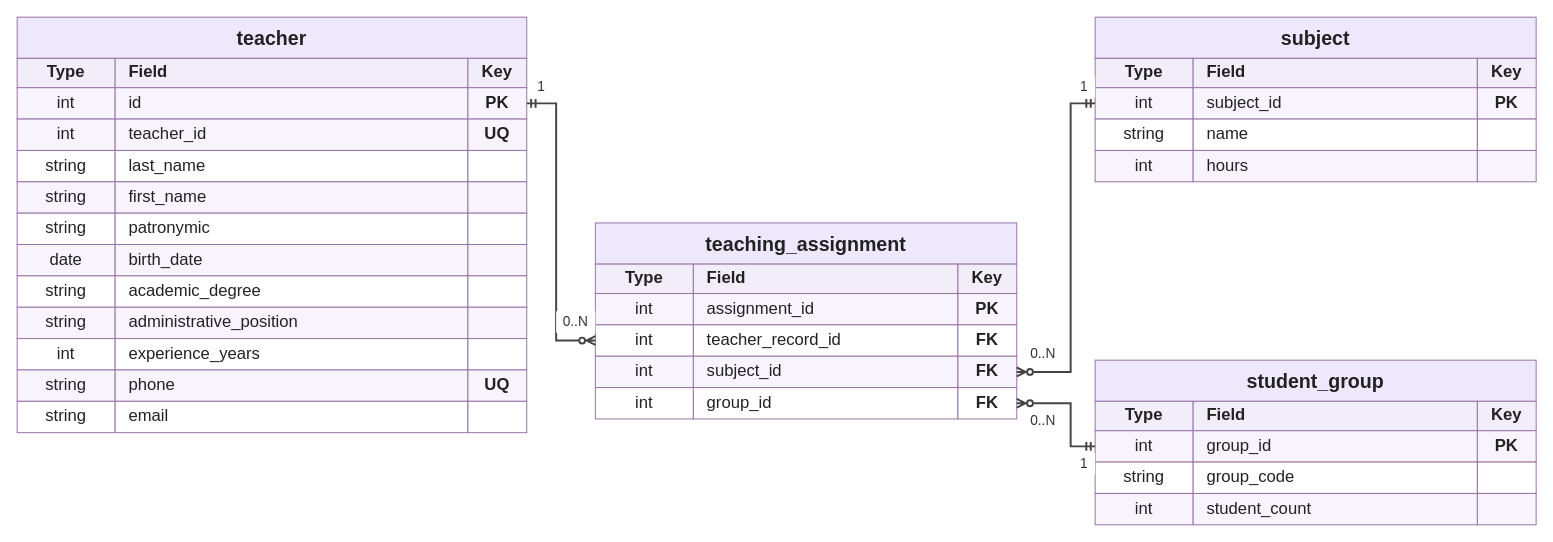
Before: UchebnayaNagruzkaER.drawio in dkryl0ff/PIS2026, a draw.io diagram. Source tidied: cells renumbered, new cells numbered last; positions are measured from the earlier drawing's top-left corner, leaving out a move shared by most shapes. Both pictures are drawn from the tidied source at 98%, with x=0, y=0 at pixel (17, 17).
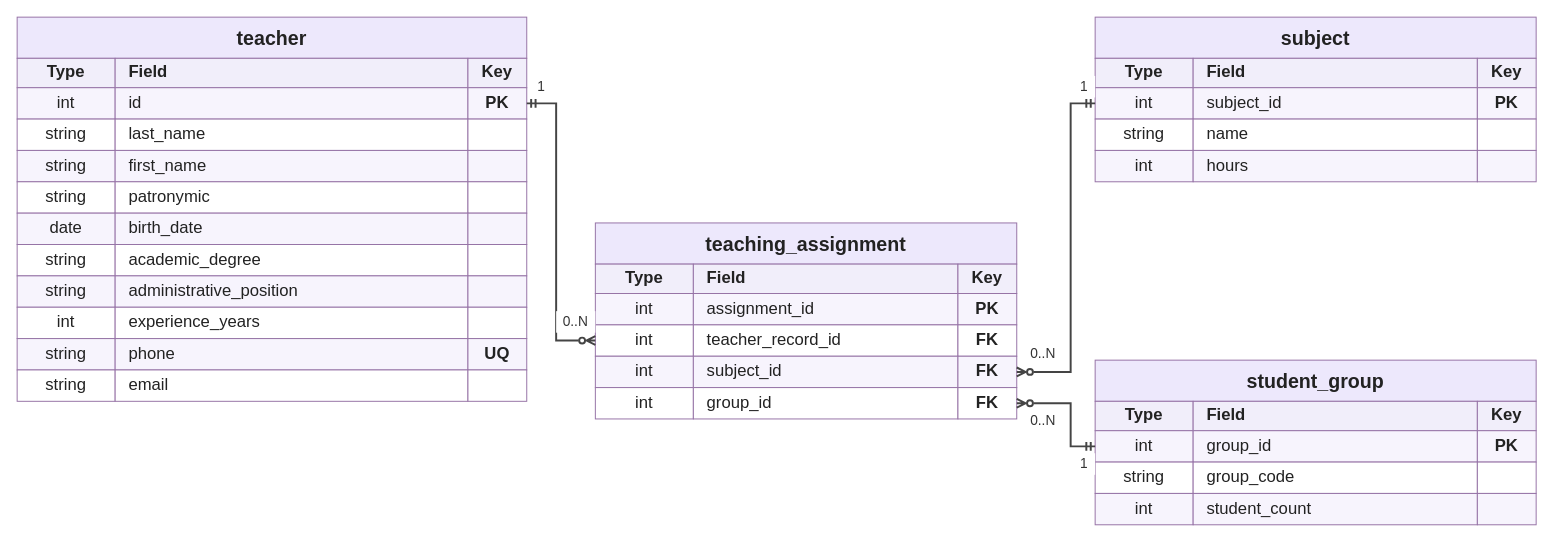
After the change.

Diff of the diagram source:
```diff
@@
     <mxCell id="2" style="group;" parent="1" vertex="1">
-      <mxGeometry width="520" height="424" as="geometry" />
+      <mxGeometry width="520" height="392" as="geometry" />
     </mxCell>
@@
-    <mxCell id="10" value="int" style="rounded=0;whiteSpace=wrap;html=0;strokeColor=#9673A6;fontColor=#222222;fontFamily=Arial;fontSize=17;fillColor=#F7F4FD;align=center;" parent="2" vertex="1">
-      <mxGeometry y="104" width="100" height="32" as="geometry" />
-    </mxCell>
-    <mxCell id="11" value="teacher_id" style="rounded=0;whiteSpace=wrap;html=0;strokeColor=#9673A6;fontColor=#222222;fontFamily=Arial;fontSize=17;fillColor=#F7F4FD;align=left;spacingLeft=12;" parent="2" vertex="1">
-      <mxGeometry x="100" y="104" width="360" height="32" as="geometry" />
-    </mxCell>
-    <mxCell id="12" value="UQ" style="rounded=0;whiteSpace=wrap;html=0;strokeColor=#9673A6;fontColor=#222222;fontFamily=Arial;fontSize=17;fillColor=#F7F4FD;align=center;fontStyle=1;" parent="2" vertex="1">
-      <mxGeometry x="460" y="104" width="60" height="32" as="geometry" />
-    </mxCell>
     <mxCell id="13" value="string" style="rounded=0;whiteSpace=wrap;html=0;strokeColor=#9673A6;fontColor=#222222;fontFamily=Arial;fontSize=17;fillColor=#FFFFFF;align=center;" parent="2" vertex="1">
-      <mxGeometry y="136" width="100" height="32" as="geometry" />
+      <mxGeometry y="104" width="100" height="32" as="geometry" />
     </mxCell>
     <mxCell id="14" value="last_name" style="rounded=0;whiteSpace=wrap;html=0;strokeColor=#9673A6;fontColor=#222222;fontFamily=Arial;fontSize=17;fillColor=#FFFFFF;align=left;spacingLeft=12;" parent="2" vertex="1">
-      <mxGeometry x="100" y="136" width="360" height="32" as="geometry" />
+      <mxGeometry x="100" y="104" width="360" height="32" as="geometry" />
     </mxCell>
     <mxCell id="15" style="rounded=0;whiteSpace=wrap;html=0;strokeColor=#9673A6;fontColor=#222222;fontFamily=Arial;fontSize=17;fillColor=#FFFFFF;align=center;fontStyle=1;" parent="2" vertex="1">
-      <mxGeometry x="460" y="136" width="60" height="32" as="geometry" />
+      <mxGeometry x="460" y="104" width="60" height="32" as="geometry" />
     </mxCell>
     <mxCell id="16" value="string" style="rounded=0;whiteSpace=wrap;html=0;strokeColor=#9673A6;fontColor=#222222;fontFamily=Arial;fontSize=17;fillColor=#F7F4FD;align=center;" parent="2" vertex="1">
-      <mxGeometry y="168" width="100" height="32" as="geometry" />
+      <mxGeometry y="136" width="100" height="32" as="geometry" />
     </mxCell>
     <mxCell id="17" value="first_name" style="rounded=0;whiteSpace=wrap;html=0;strokeColor=#9673A6;fontColor=#222222;fontFamily=Arial;fontSize=17;fillColor=#F7F4FD;align=left;spacingLeft=12;" parent="2" vertex="1">
-      <mxGeometry x="100" y="168" width="360" height="32" as="geometry" />
+      <mxGeometry x="100" y="136" width="360" height="32" as="geometry" />
     </mxCell>
     <mxCell id="18" style="rounded=0;whiteSpace=wrap;html=0;strokeColor=#9673A6;fontColor=#222222;fontFamily=Arial;fontSize=17;fillColor=#F7F4FD;align=center;fontStyle=1;" parent="2" vertex="1">
-      <mxGeometry x="460" y="168" width="60" height="32" as="geometry" />
+      <mxGeometry x="460" y="136" width="60" height="32" as="geometry" />
     </mxCell>
     <mxCell id="19" value="string" style="rounded=0;whiteSpace=wrap;html=0;strokeColor=#9673A6;fontColor=#222222;fontFamily=Arial;fontSize=17;fillColor=#FFFFFF;align=center;" parent="2" vertex="1">
-      <mxGeometry y="200" width="100" height="32" as="geometry" />
+      <mxGeometry y="168" width="100" height="32" as="geometry" />
     </mxCell>
     <mxCell id="20" value="patronymic" style="rounded=0;whiteSpace=wrap;html=0;strokeColor=#9673A6;fontColor=#222222;fontFamily=Arial;fontSize=17;fillColor=#FFFFFF;align=left;spacingLeft=12;" parent="2" vertex="1">
-      <mxGeometry x="100" y="200" width="360" height="32" as="geometry" />
+      <mxGeometry x="100" y="168" width="360" height="32" as="geometry" />
     </mxCell>
     <mxCell id="21" style="rounded=0;whiteSpace=wrap;html=0;strokeColor=#9673A6;fontColor=#222222;fontFamily=Arial;fontSize=17;fillColor=#FFFFFF;align=center;fontStyle=1;" parent="2" vertex="1">
-      <mxGeometry x="460" y="200" width="60" height="32" as="geometry" />
+      <mxGeometry x="460" y="168" width="60" height="32" as="geometry" />
     </mxCell>
     <mxCell id="22" value="date" style="rounded=0;whiteSpace=wrap;html=0;strokeColor=#9673A6;fontColor=#222222;fontFamily=Arial;fontSize=17;fillColor=#F7F4FD;align=center;" parent="2" vertex="1">
-      <mxGeometry y="232" width="100" height="32" as="geometry" />
+      <mxGeometry y="200" width="100" height="32" as="geometry" />
     </mxCell>
     <mxCell id="23" value="birth_date" style="rounded=0;whiteSpace=wrap;html=0;strokeColor=#9673A6;fontColor=#222222;fontFamily=Arial;fontSize=17;fillColor=#F7F4FD;align=left;spacingLeft=12;" parent="2" vertex="1">
-      <mxGeometry x="100" y="232" width="360" height="32" as="geometry" />
+      <mxGeometry x="100" y="200" width="360" height="32" as="geometry" />
     </mxCell>
     <mxCell id="24" style="rounded=0;whiteSpace=wrap;html=0;strokeColor=#9673A6;fontColor=#222222;fontFamily=Arial;fontSize=17;fillColor=#F7F4FD;align=center;fontStyle=1;" parent="2" vertex="1">
-      <mxGeometry x="460" y="232" width="60" height="32" as="geometry" />
+      <mxGeometry x="460" y="200" width="60" height="32" as="geometry" />
     </mxCell>
     <mxCell id="25" value="string" style="rounded=0;whiteSpace=wrap;html=0;strokeColor=#9673A6;fontColor=#222222;fontFamily=Arial;fontSize=17;fillColor=#FFFFFF;align=center;" parent="2" vertex="1">
-      <mxGeometry y="264" width="100" height="32" as="geometry" />
+      <mxGeometry y="232" width="100" height="32" as="geometry" />
     </mxCell>
     <mxCell id="26" value="academic_degree" style="rounded=0;whiteSpace=wrap;html=0;strokeColor=#9673A6;fontColor=#222222;fontFamily=Arial;fontSize=17;fillColor=#FFFFFF;align=left;spacingLeft=12;" parent="2" vertex="1">
-      <mxGeometry x="100" y="264" width="360" height="32" as="geometry" />
+      <mxGeometry x="100" y="232" width="360" height="32" as="geometry" />
     </mxCell>
     <mxCell id="27" style="rounded=0;whiteSpace=wrap;html=0;strokeColor=#9673A6;fontColor=#222222;fontFamily=Arial;fontSize=17;fillColor=#FFFFFF;align=center;fontStyle=1;" parent="2" vertex="1">
-      <mxGeometry x="460" y="264" width="60" height="32" as="geometry" />
+      <mxGeometry x="460" y="232" width="60" height="32" as="geometry" />
     </mxCell>
     <mxCell id="28" value="string" style="rounded=0;whiteSpace=wrap;html=0;strokeColor=#9673A6;fontColor=#222222;fontFamily=Arial;fontSize=17;fillColor=#F7F4FD;align=center;" parent="2" vertex="1">
-      <mxGeometry y="296" width="100" height="32" as="geometry" />
+      <mxGeometry y="264" width="100" height="32" as="geometry" />
     </mxCell>
     <mxCell id="29" value="administrative_position" style="rounded=0;whiteSpace=wrap;html=0;strokeColor=#9673A6;fontColor=#222222;fontFamily=Arial;fontSize=17;fillColor=#F7F4FD;align=left;spacingLeft=12;" parent="2" vertex="1">
-      <mxGeometry x="100" y="296" width="360" height="32" as="geometry" />
+      <mxGeometry x="100" y="264" width="360" height="32" as="geometry" />
     </mxCell>
     <mxCell id="30" style="rounded=0;whiteSpace=wrap;html=0;strokeColor=#9673A6;fontColor=#222222;fontFamily=Arial;fontSize=17;fillColor=#F7F4FD;align=center;fontStyle=1;" parent="2" vertex="1">
-      <mxGeometry x="460" y="296" width="60" height="32" as="geometry" />
+      <mxGeometry x="460" y="264" width="60" height="32" as="geometry" />
     </mxCell>
     <mxCell id="31" value="int" style="rounded=0;whiteSpace=wrap;html=0;strokeColor=#9673A6;fontColor=#222222;fontFamily=Arial;fontSize=17;fillColor=#FFFFFF;align=center;" parent="2" vertex="1">
-      <mxGeometry y="328" width="100" height="32" as="geometry" />
+      <mxGeometry y="296" width="100" height="32" as="geometry" />
     </mxCell>
     <mxCell id="32" value="experience_years" style="rounded=0;whiteSpace=wrap;html=0;strokeColor=#9673A6;fontColor=#222222;fontFamily=Arial;fontSize=17;fillColor=#FFFFFF;align=left;spacingLeft=12;" parent="2" vertex="1">
-      <mxGeometry x="100" y="328" width="360" height="32" as="geometry" />
+      <mxGeometry x="100" y="296" width="360" height="32" as="geometry" />
     </mxCell>
     <mxCell id="33" style="rounded=0;whiteSpace=wrap;html=0;strokeColor=#9673A6;fontColor=#222222;fontFamily=Arial;fontSize=17;fillColor=#FFFFFF;align=center;fontStyle=1;" parent="2" vertex="1">
-      <mxGeometry x="460" y="328" width="60" height="32" as="geometry" />
+      <mxGeometry x="460" y="296" width="60" height="32" as="geometry" />
     </mxCell>
     <mxCell id="34" value="string" style="rounded=0;whiteSpace=wrap;html=0;strokeColor=#9673A6;fontColor=#222222;fontFamily=Arial;fontSize=17;fillColor=#F7F4FD;align=center;" parent="2" vertex="1">
-      <mxGeometry y="360" width="100" height="32" as="geometry" />
+      <mxGeometry y="328" width="100" height="32" as="geometry" />
     </mxCell>
     <mxCell id="35" value="phone" style="rounded=0;whiteSpace=wrap;html=0;strokeColor=#9673A6;fontColor=#222222;fontFamily=Arial;fontSize=17;fillColor=#F7F4FD;align=left;spacingLeft=12;" parent="2" vertex="1">
-      <mxGeometry x="100" y="360" width="360" height="32" as="geometry" />
+      <mxGeometry x="100" y="328" width="360" height="32" as="geometry" />
     </mxCell>
     <mxCell id="36" value="UQ" style="rounded=0;whiteSpace=wrap;html=0;strokeColor=#9673A6;fontColor=#222222;fontFamily=Arial;fontSize=17;fillColor=#F7F4FD;align=center;fontStyle=1;" parent="2" vertex="1">
-      <mxGeometry x="460" y="360" width="60" height="32" as="geometry" />
+      <mxGeometry x="460" y="328" width="60" height="32" as="geometry" />
     </mxCell>
     <mxCell id="37" value="string" style="rounded=0;whiteSpace=wrap;html=0;strokeColor=#9673A6;fontColor=#222222;fontFamily=Arial;fontSize=17;fillColor=#FFFFFF;align=center;" parent="2" vertex="1">
-      <mxGeometry y="392" width="100" height="32" as="geometry" />
+      <mxGeometry y="360" width="100" height="32" as="geometry" />
     </mxCell>
     <mxCell id="38" value="email" style="rounded=0;whiteSpace=wrap;html=0;strokeColor=#9673A6;fontColor=#222222;fontFamily=Arial;fontSize=17;fillColor=#FFFFFF;align=left;spacingLeft=12;" parent="2" vertex="1">
-      <mxGeometry x="100" y="392" width="360" height="32" as="geometry" />
+      <mxGeometry x="100" y="360" width="360" height="32" as="geometry" />
     </mxCell>
     <mxCell id="39" style="rounded=0;whiteSpace=wrap;html=0;strokeColor=#9673A6;fontColor=#222222;fontFamily=Arial;fontSize=17;fillColor=#FFFFFF;align=center;fontStyle=1;" parent="2" vertex="1">
-      <mxGeometry x="460" y="392" width="60" height="32" as="geometry" />
+      <mxGeometry x="460" y="360" width="60" height="32" as="geometry" />
     </mxCell>
```
